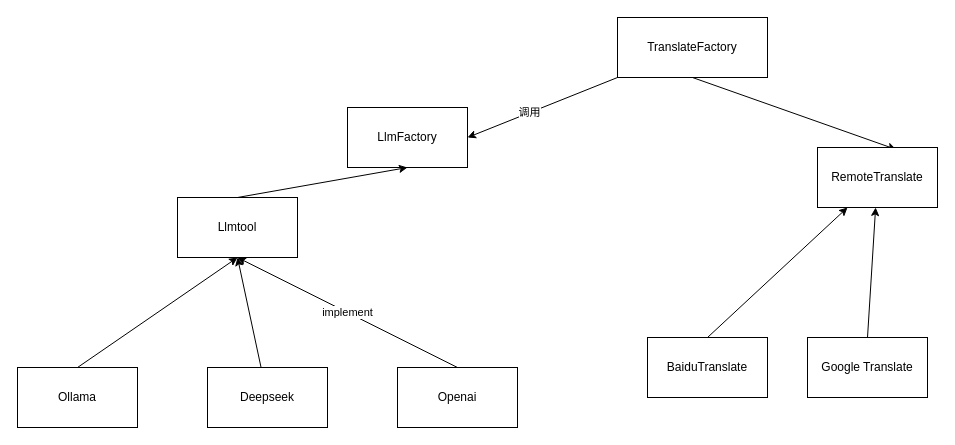
The draw.io diagram doc/llm.drawio in robertzengcn/social-marketing, before the edit. Source tidied: cells renumbered, new cells numbered last; positions are measured from the earlier drawing's top-left corner, leaving out a move shared by most shapes. Both pictures are drawn from the tidied source at 100%, with x=0, y=0 at pixel (17, 17).
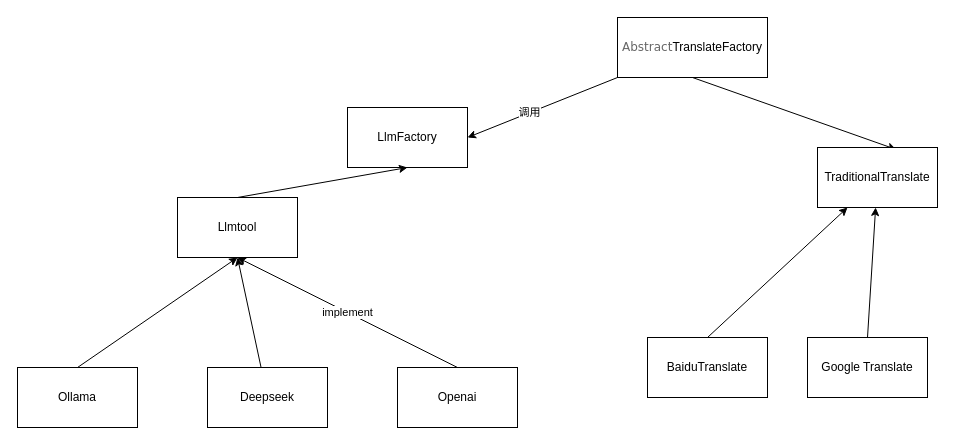
After the change.

Diff of the diagram source:
```diff
@@
 <mxGraphModel>
   <root>
     <mxCell id="0" />
     <mxCell id="1" parent="0" />
     <mxCell id="2" value="LlmFactory" style="rounded=0;whiteSpace=wrap;html=1;" parent="1" vertex="1">
       <mxGeometry x="330" y="90" width="120" height="60" as="geometry" />
     </mxCell>
     <mxCell id="3" style="edgeStyle=none;html=1;exitX=0.5;exitY=0;exitDx=0;exitDy=0;entryX=0.5;entryY=1;entryDx=0;entryDy=0;" parent="1" edge="1" source="4" target="10">
       <mxGeometry relative="1" as="geometry" />
     </mxCell>
     <mxCell id="4" value="Ollama" style="rounded=0;whiteSpace=wrap;html=1;" parent="1" vertex="1">
       <mxGeometry y="350" width="120" height="60" as="geometry" />
     </mxCell>
     <mxCell id="5" style="edgeStyle=none;html=1;entryX=0.5;entryY=1;entryDx=0;entryDy=0;" parent="1" edge="1" source="6" target="10">
       <mxGeometry relative="1" as="geometry" />
     </mxCell>
     <mxCell id="6" value="Deepseek" style="rounded=0;whiteSpace=wrap;html=1;" parent="1" vertex="1">
       <mxGeometry x="190" y="350" width="120" height="60" as="geometry" />
     </mxCell>
     <mxCell id="7" value="implement" style="edgeStyle=none;html=1;exitX=0.5;exitY=0;exitDx=0;exitDy=0;entryX=0.5;entryY=1;entryDx=0;entryDy=0;" parent="1" edge="1" source="8" target="10">
       <mxGeometry relative="1" as="geometry" />
     </mxCell>
     <mxCell id="8" value="Openai" style="rounded=0;whiteSpace=wrap;html=1;" parent="1" vertex="1">
       <mxGeometry x="380" y="350" width="120" height="60" as="geometry" />
     </mxCell>
     <mxCell id="9" style="edgeStyle=none;html=1;exitX=0.5;exitY=0;exitDx=0;exitDy=0;entryX=0.5;entryY=1;entryDx=0;entryDy=0;" parent="1" edge="1" source="10" target="2">
       <mxGeometry relative="1" as="geometry" />
     </mxCell>
     <mxCell id="10" value="Llmtool" style="rounded=0;whiteSpace=wrap;html=1;" parent="1" vertex="1">
       <mxGeometry x="160" y="180" width="120" height="60" as="geometry" />
     </mxCell>
     <mxCell id="11" style="edgeStyle=none;html=1;entryX=1;entryY=0.5;entryDx=0;entryDy=0;" parent="1" edge="1" source="14" target="2">
       <mxGeometry relative="1" as="geometry" />
     </mxCell>
     <mxCell id="12" value="调用" style="edgeLabel;html=1;align=center;verticalAlign=middle;" parent="11" vertex="1">
       <mxGeometry x="0.17" y="-1" relative="1" as="geometry" />
     </mxCell>
     <mxCell id="13" style="edgeStyle=none;html=1;exitX=0.5;exitY=1;exitDx=0;exitDy=0;entryX=0.656;entryY=0.033;entryDx=0;entryDy=0;entryPerimeter=0;" parent="1" edge="1" source="14" target="15">
       <mxGeometry relative="1" as="geometry" />
     </mxCell>
-    <mxCell id="14" value="TranslateFactory" style="rounded=0;whiteSpace=wrap;html=1;" parent="1" vertex="1">
+    <mxCell id="14" value="&lt;span style=&quot;color: rgb(102, 102, 102); font-family: Verdana, sans-serif; text-align: left; text-indent: 24px; background-color: rgb(255, 255, 255);&quot;&gt;Abstract&lt;/span&gt;TranslateFactory" style="rounded=0;whiteSpace=wrap;html=1;" parent="1" vertex="1">
       <mxGeometry x="600" width="150" height="60" as="geometry" />
     </mxCell>
-    <mxCell id="15" value="RemoteTranslate" style="rounded=0;whiteSpace=wrap;html=1;" parent="1" vertex="1">
+    <mxCell id="15" value="&lt;span style=&quot;background-color: transparent;&quot;&gt;TraditionalTranslate&lt;/span&gt;" style="rounded=0;whiteSpace=wrap;html=1;" parent="1" vertex="1">
       <mxGeometry x="800" y="130" width="120" height="60" as="geometry" />
     </mxCell>
     <mxCell id="16" style="edgeStyle=none;html=1;exitX=0.5;exitY=0;exitDx=0;exitDy=0;entryX=0.25;entryY=1;entryDx=0;entryDy=0;" parent="1" edge="1" source="17" target="15">
       <mxGeometry relative="1" as="geometry" />
     </mxCell>
     <mxCell id="17" value="BaiduTranslate" style="rounded=0;whiteSpace=wrap;html=1;" parent="1" vertex="1">
       <mxGeometry x="630" y="320" width="120" height="60" as="geometry" />
     </mxCell>
     <mxCell id="18" style="edgeStyle=none;html=1;exitX=0.5;exitY=0;exitDx=0;exitDy=0;" parent="1" edge="1" source="19" target="15">
       <mxGeometry relative="1" as="geometry" />
     </mxCell>
     <mxCell id="19" value="Google Translate" style="rounded=0;whiteSpace=wrap;html=1;" parent="1" vertex="1">
       <mxGeometry x="790" y="320" width="120" height="60" as="geometry" />
     </mxCell>
   </root>
 </mxGraphModel>
```
